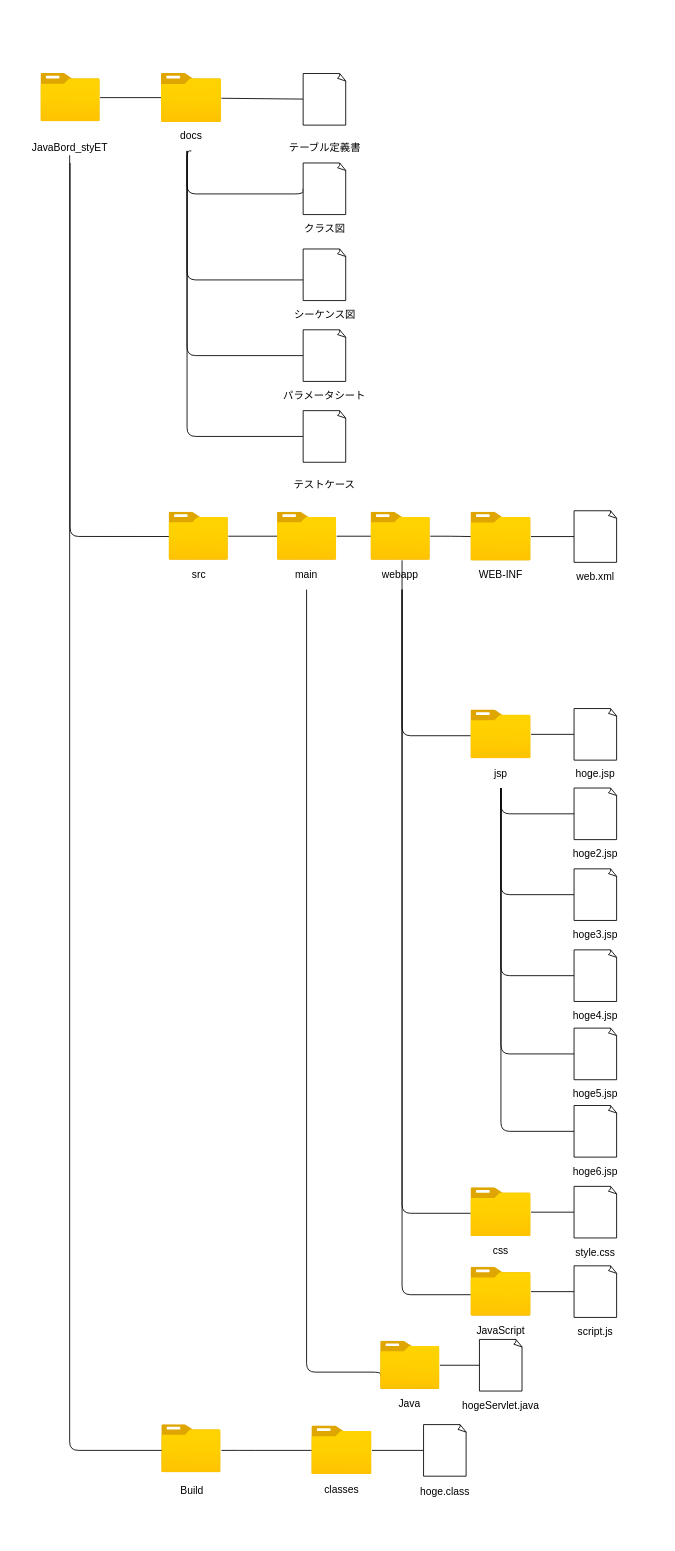
Earlier version of the draw.io diagram docs/JavaBordディレクトリ構成図.dio (MasayaTakubo/JavaBoard_styET). Source tidied: cells renumbered, new cells numbered last; positions are measured from the earlier drawing's top-left corner, leaving out a move shared by most shapes. Both pictures are drawn from the tidied source at 86%, with x=0, y=0 at pixel (40, 73).
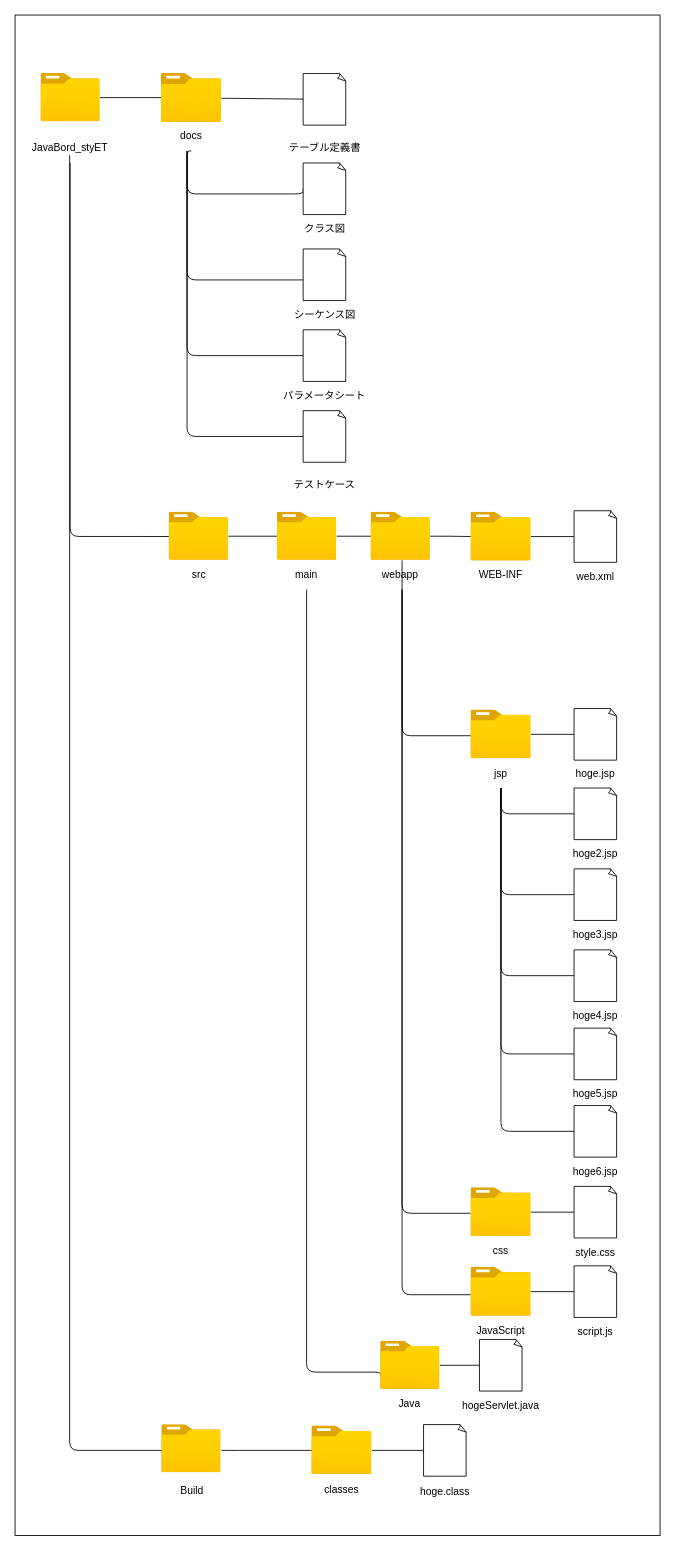
Above is the later version.

Diff of the diagram source:
```diff
@@
+    <mxCell id="86" style="whiteSpace=wrap;html=1;" parent="1" vertex="1">
+      <mxGeometry x="-29" y="-68" width="750" height="1768" as="geometry" />
+    </mxCell>
```
